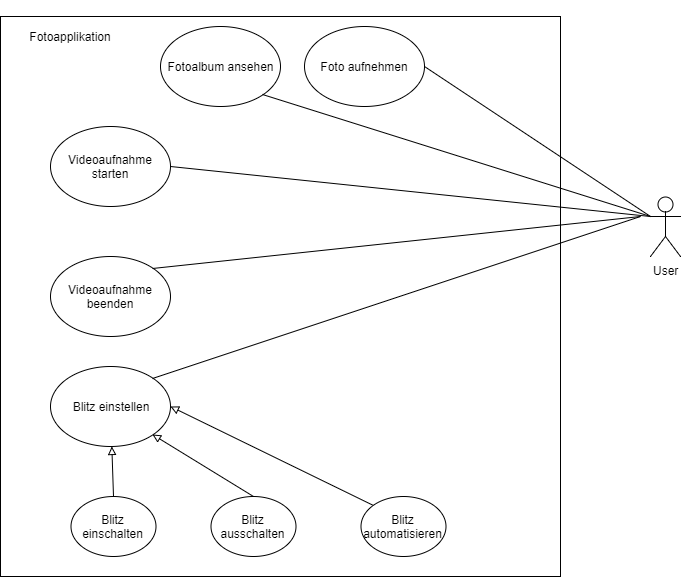
The draw.io diagram UML/Uebungsblatt2/Blatt2Aufgabe1.png in sweIhm-ws2018-19/cryptoguide, before a commit. Source tidied: cells renumbered, new cells last; positions are measured from the earlier drawing's top-left corner, leaving out a move shared by most shapes. The source it was exported from:
```xml
<mxGraphModel background="#ffffff">
  <root>
    <mxCell id="0" />
    <mxCell id="1" parent="0" />
    <mxCell id="2" value="User&lt;br&gt;" style="shape=umlActor;verticalLabelPosition=bottom;labelBackgroundColor=#ffffff;verticalAlign=top;html=1;outlineConnect=0;" parent="1" vertex="1">
      <mxGeometry x="650" y="180" width="30" height="60" as="geometry" />
    </mxCell>
    <mxCell id="3" value="&lt;div style=&quot;text-align: right&quot;&gt;&lt;br&gt;&lt;/div&gt;" style="whiteSpace=wrap;html=1;labelPosition=center;verticalLabelPosition=top;align=center;verticalAlign=bottom;direction=west;rotation=0;" parent="1" vertex="1">
      <mxGeometry width="560" height="560" as="geometry" />
    </mxCell>
    <mxCell id="4" value="Foto aufnehmen" style="ellipse;whiteSpace=wrap;html=1;" parent="1" vertex="1">
      <mxGeometry x="303.5" y="10" width="120" height="80" as="geometry" />
    </mxCell>
    <mxCell id="5" value="Videoaufnahme starten" style="ellipse;whiteSpace=wrap;html=1;" parent="1" vertex="1">
      <mxGeometry x="50" y="110" width="120" height="80" as="geometry" />
    </mxCell>
    <mxCell id="6" value="Videoaufnahme beenden" style="ellipse;whiteSpace=wrap;html=1;" parent="1" vertex="1">
      <mxGeometry x="50" y="240" width="120" height="80" as="geometry" />
    </mxCell>
    <mxCell id="7" value="Blitz einstellen" style="ellipse;whiteSpace=wrap;html=1;" parent="1" vertex="1">
      <mxGeometry x="50" y="350" width="120" height="80" as="geometry" />
    </mxCell>
    <mxCell id="8" value="Fotoalbum ansehen" style="ellipse;whiteSpace=wrap;html=1;" parent="1" vertex="1">
      <mxGeometry x="160" y="10" width="120" height="80" as="geometry" />
    </mxCell>
    <mxCell id="9" style="edgeStyle=none;rounded=0;html=1;exitX=0.5;exitY=0;endArrow=block;endFill=0;jettySize=auto;" parent="1" edge="1" source="10" target="7">
      <mxGeometry relative="1" as="geometry" />
    </mxCell>
    <mxCell id="10" value="Blitz einschalten" style="ellipse;whiteSpace=wrap;html=1;" parent="1" vertex="1">
      <mxGeometry x="70" y="480" width="85" height="60" as="geometry" />
    </mxCell>
    <mxCell id="11" value="Fotoapplikation" style="text;html=1;strokeColor=none;fillColor=none;align=center;verticalAlign=middle;whiteSpace=wrap;rounded=0;" parent="1" vertex="1">
      <mxGeometry x="50" y="10" width="40" height="20" as="geometry" />
    </mxCell>
    <mxCell id="12" style="endArrow=none;html=1;entryX=0;entryY=0.3333333333333333;entryPerimeter=0;exitX=1;exitY=0.5;" parent="1" edge="1" source="4" target="2">
      <mxGeometry relative="1" as="geometry" />
    </mxCell>
    <mxCell id="13" style="endArrow=none;html=1;exitX=1;exitY=1;" parent="1" edge="1" source="8">
      <mxGeometry relative="1" as="geometry">
        <mxPoint x="650" y="200" as="targetPoint" />
      </mxGeometry>
    </mxCell>
    <mxCell id="14" style="endArrow=none;html=1;exitX=1;exitY=0.5;" parent="1" edge="1" source="5">
      <mxGeometry relative="1" as="geometry">
        <mxPoint x="650" y="200" as="targetPoint" />
      </mxGeometry>
    </mxCell>
    <mxCell id="15" style="endArrow=none;html=1;exitX=1;exitY=0;" parent="1" edge="1" source="6">
      <mxGeometry relative="1" as="geometry">
        <mxPoint x="640" y="200" as="targetPoint" />
      </mxGeometry>
    </mxCell>
    <mxCell id="16" style="endArrow=none;html=1;exitX=1;exitY=0;" parent="1" edge="1" source="7">
      <mxGeometry relative="1" as="geometry">
        <mxPoint x="640" y="200" as="targetPoint" />
      </mxGeometry>
    </mxCell>
    <mxCell id="17" value="Blitz ausschalten" style="ellipse;whiteSpace=wrap;html=1;" parent="1" vertex="1">
      <mxGeometry x="210" y="480" width="85" height="60" as="geometry" />
    </mxCell>
    <mxCell id="18" style="edgeStyle=none;rounded=0;html=1;exitX=0;exitY=0;entryX=1;entryY=0.5;endArrow=block;endFill=0;jettySize=auto;" parent="1" edge="1" source="19" target="7">
      <mxGeometry relative="1" as="geometry" />
    </mxCell>
    <mxCell id="19" value="Blitz automatisieren" style="ellipse;whiteSpace=wrap;html=1;" parent="1" vertex="1">
      <mxGeometry x="360" y="480" width="85" height="60" as="geometry" />
    </mxCell>
    <mxCell id="20" style="endArrow=block;html=1;entryX=1;entryY=1;exitX=0.5;exitY=0;endFill=0;" parent="1" edge="1" source="17" target="7">
      <mxGeometry relative="1" as="geometry" />
    </mxCell>
  </root>
</mxGraphModel>
```
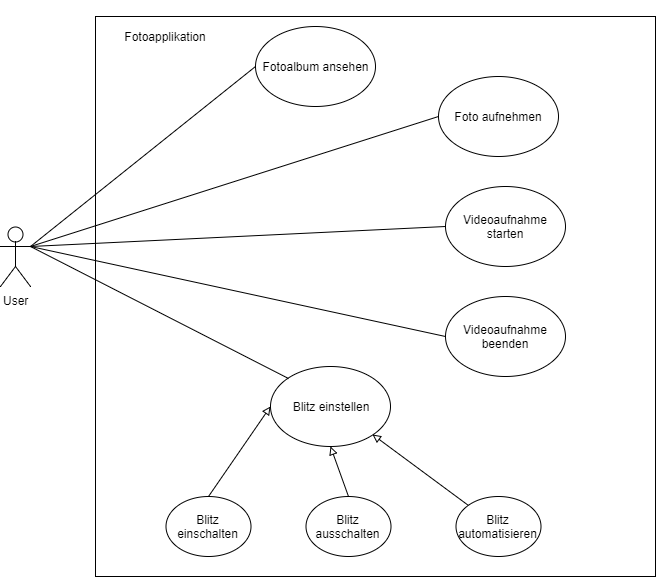
Above is the later version.

What changed in the source:
```diff
@@ -3,27 +3,27 @@
     <mxCell id="0" />
     <mxCell id="1" parent="0" />
     <mxCell id="2" value="User&lt;br&gt;" style="shape=umlActor;verticalLabelPosition=bottom;labelBackgroundColor=#ffffff;verticalAlign=top;html=1;outlineConnect=0;" parent="1" vertex="1">
-      <mxGeometry x="650" y="180" width="30" height="60" as="geometry" />
+      <mxGeometry x="-95" y="210" width="30" height="60" as="geometry" />
     </mxCell>
     <mxCell id="3" value="&lt;div style=&quot;text-align: right&quot;&gt;&lt;br&gt;&lt;/div&gt;" style="whiteSpace=wrap;html=1;labelPosition=center;verticalLabelPosition=top;align=center;verticalAlign=bottom;direction=west;rotation=0;" parent="1" vertex="1">
       <mxGeometry width="560" height="560" as="geometry" />
     </mxCell>
     <mxCell id="4" value="Foto aufnehmen" style="ellipse;whiteSpace=wrap;html=1;" parent="1" vertex="1">
-      <mxGeometry x="303.5" y="10" width="120" height="80" as="geometry" />
+      <mxGeometry x="342.5" y="60" width="120" height="80" as="geometry" />
     </mxCell>
     <mxCell id="5" value="Videoaufnahme starten" style="ellipse;whiteSpace=wrap;html=1;" parent="1" vertex="1">
-      <mxGeometry x="50" y="110" width="120" height="80" as="geometry" />
+      <mxGeometry x="350" y="170" width="120" height="80" as="geometry" />
     </mxCell>
     <mxCell id="6" value="Videoaufnahme beenden" style="ellipse;whiteSpace=wrap;html=1;" parent="1" vertex="1">
-      <mxGeometry x="50" y="240" width="120" height="80" as="geometry" />
+      <mxGeometry x="350" y="280" width="120" height="80" as="geometry" />
     </mxCell>
     <mxCell id="7" value="Blitz einstellen" style="ellipse;whiteSpace=wrap;html=1;" parent="1" vertex="1">
-      <mxGeometry x="50" y="350" width="120" height="80" as="geometry" />
+      <mxGeometry x="175" y="350" width="120" height="80" as="geometry" />
     </mxCell>
     <mxCell id="8" value="Fotoalbum ansehen" style="ellipse;whiteSpace=wrap;html=1;" parent="1" vertex="1">
       <mxGeometry x="160" y="10" width="120" height="80" as="geometry" />
     </mxCell>
-    <mxCell id="9" style="edgeStyle=none;rounded=0;html=1;exitX=0.5;exitY=0;endArrow=block;endFill=0;jettySize=auto;" parent="1" edge="1" source="10" target="7">
+    <mxCell id="9" style="edgeStyle=none;rounded=0;html=1;exitX=0.5;exitY=0;endArrow=block;endFill=0;jettySize=auto;entryX=0;entryY=0.5;" parent="1" edge="1" source="10" target="7">
       <mxGeometry relative="1" as="geometry" />
     </mxCell>
     <mxCell id="10" value="Blitz einschalten" style="ellipse;whiteSpace=wrap;html=1;" parent="1" vertex="1">
@@ -32,39 +32,31 @@
     <mxCell id="11" value="Fotoapplikation" style="text;html=1;strokeColor=none;fillColor=none;align=center;verticalAlign=middle;whiteSpace=wrap;rounded=0;" parent="1" vertex="1">
       <mxGeometry x="50" y="10" width="40" height="20" as="geometry" />
     </mxCell>
-    <mxCell id="12" style="endArrow=none;html=1;entryX=0;entryY=0.3333333333333333;entryPerimeter=0;exitX=1;exitY=0.5;" parent="1" edge="1" source="4" target="2">
+    <mxCell id="12" style="endArrow=none;html=1;entryX=1;entryY=0.3333333333333333;entryPerimeter=0;exitX=0;exitY=0.5;" parent="1" edge="1" source="4" target="2">
       <mxGeometry relative="1" as="geometry" />
     </mxCell>
-    <mxCell id="13" style="endArrow=none;html=1;exitX=1;exitY=1;" parent="1" edge="1" source="8">
-      <mxGeometry relative="1" as="geometry">
-        <mxPoint x="650" y="200" as="targetPoint" />
-      </mxGeometry>
+    <mxCell id="13" style="endArrow=none;html=1;exitX=0;exitY=0.5;entryX=1;entryY=0.3333333333333333;entryPerimeter=0;" parent="1" edge="1" source="8" target="2">
+      <mxGeometry relative="1" as="geometry" />
     </mxCell>
-    <mxCell id="14" style="endArrow=none;html=1;exitX=1;exitY=0.5;" parent="1" edge="1" source="5">
-      <mxGeometry relative="1" as="geometry">
-        <mxPoint x="650" y="200" as="targetPoint" />
-      </mxGeometry>
+    <mxCell id="14" style="endArrow=none;html=1;exitX=0;exitY=0.5;entryX=1;entryY=0.3333333333333333;entryPerimeter=0;" parent="1" edge="1" source="5" target="2">
+      <mxGeometry relative="1" as="geometry" />
     </mxCell>
-    <mxCell id="15" style="endArrow=none;html=1;exitX=1;exitY=0;" parent="1" edge="1" source="6">
-      <mxGeometry relative="1" as="geometry">
-        <mxPoint x="640" y="200" as="targetPoint" />
-      </mxGeometry>
+    <mxCell id="15" style="endArrow=none;html=1;exitX=0;exitY=0.5;entryX=1;entryY=0.3333333333333333;entryPerimeter=0;" parent="1" edge="1" source="6" target="2">
+      <mxGeometry relative="1" as="geometry" />
     </mxCell>
-    <mxCell id="16" style="endArrow=none;html=1;exitX=1;exitY=0;" parent="1" edge="1" source="7">
-      <mxGeometry relative="1" as="geometry">
-        <mxPoint x="640" y="200" as="targetPoint" />
-      </mxGeometry>
+    <mxCell id="16" style="endArrow=none;html=1;exitX=0;exitY=0;entryX=1;entryY=0.3333333333333333;entryPerimeter=0;" parent="1" edge="1" source="7" target="2">
+      <mxGeometry relative="1" as="geometry" />
     </mxCell>
     <mxCell id="17" value="Blitz ausschalten" style="ellipse;whiteSpace=wrap;html=1;" parent="1" vertex="1">
       <mxGeometry x="210" y="480" width="85" height="60" as="geometry" />
     </mxCell>
-    <mxCell id="18" style="edgeStyle=none;rounded=0;html=1;exitX=0;exitY=0;entryX=1;entryY=0.5;endArrow=block;endFill=0;jettySize=auto;" parent="1" edge="1" source="19" target="7">
+    <mxCell id="18" style="edgeStyle=none;rounded=0;html=1;exitX=0;exitY=0;entryX=1;entryY=1;endArrow=block;endFill=0;jettySize=auto;" parent="1" edge="1" source="19" target="7">
       <mxGeometry relative="1" as="geometry" />
     </mxCell>
     <mxCell id="19" value="Blitz automatisieren" style="ellipse;whiteSpace=wrap;html=1;" parent="1" vertex="1">
       <mxGeometry x="360" y="480" width="85" height="60" as="geometry" />
     </mxCell>
-    <mxCell id="20" style="endArrow=block;html=1;entryX=1;entryY=1;exitX=0.5;exitY=0;endFill=0;" parent="1" edge="1" source="17" target="7">
+    <mxCell id="20" style="endArrow=block;html=1;entryX=0.5;entryY=1;exitX=0.5;exitY=0;endFill=0;" parent="1" edge="1" source="17" target="7">
       <mxGeometry relative="1" as="geometry" />
     </mxCell>
   </root>
```
